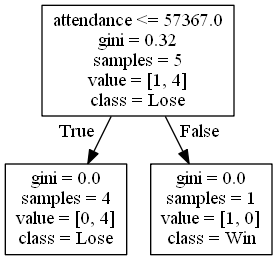
alexana-steck/CSE482Project keeps this Graphviz diagram as DecisionTrees/Pac-12decision_tree_no_score1.png. Above is the earlier version. Its source is kept beside it as DecisionTrees/Pac-12decision_tree_no_score1.dot.
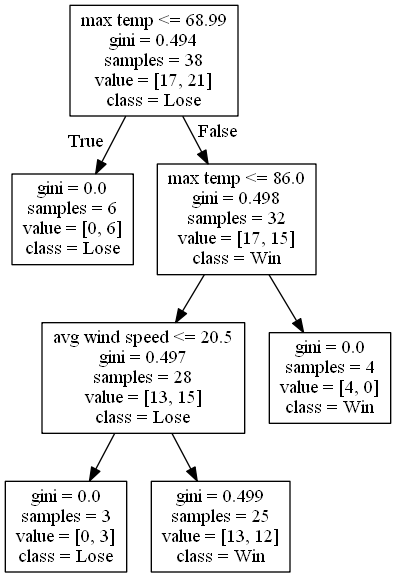
After the change.

The edit, as a diff of the source:
```diff
@@ -1,8 +1,16 @@
 digraph Tree {
 node [shape=box] ;
-0 [label="attendance <= 57367.0\ngini = 0.32\nsamples = 5\nvalue = [1, 4]\nclass = Lose"] ;
-1 [label="gini = 0.0\nsamples = 4\nvalue = [0, 4]\nclass = Lose"] ;
+0 [label="max temp <= 68.99\ngini = 0.494\nsamples = 38\nvalue = [17, 21]\nclass = Lose"] ;
+1 [label="gini = 0.0\nsamples = 6\nvalue = [0, 6]\nclass = Lose"] ;
 0 -> 1 [labeldistance=2.5, labelangle=45, headlabel="True"] ;
-2 [label="gini = 0.0\nsamples = 1\nvalue = [1, 0]\nclass = Win"] ;
+2 [label="max temp <= 86.0\ngini = 0.498\nsamples = 32\nvalue = [17, 15]\nclass = Win"] ;
 0 -> 2 [labeldistance=2.5, labelangle=-45, headlabel="False"] ;
+3 [label="avg wind speed <= 20.5\ngini = 0.497\nsamples = 28\nvalue = [13, 15]\nclass = Lose"] ;
+2 -> 3 ;
+4 [label="gini = 0.0\nsamples = 3\nvalue = [0, 3]\nclass = Lose"] ;
+3 -> 4 ;
+5 [label="gini = 0.499\nsamples = 25\nvalue = [13, 12]\nclass = Win"] ;
+3 -> 5 ;
+6 [label="gini = 0.0\nsamples = 4\nvalue = [4, 0]\nclass = Win"] ;
+2 -> 6 ;
 }
```
